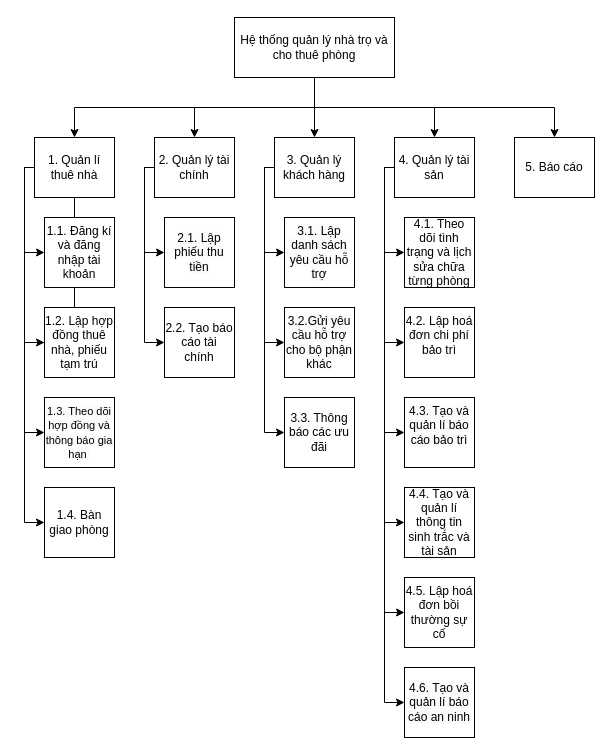
Before: Phân tích thiết kế hệ thống/Tuan4_5/draw.io file/PhanRaChucNang.drawio in Nguyeniris123/DH22IT01OU, a draw.io diagram. Source tidied: cells renumbered, new cells numbered last; positions are measured from the earlier drawing's top-left corner, leaving out a move shared by most shapes. Both pictures are drawn from the tidied source at 100%, with x=0, y=0 at pixel (24, 17).
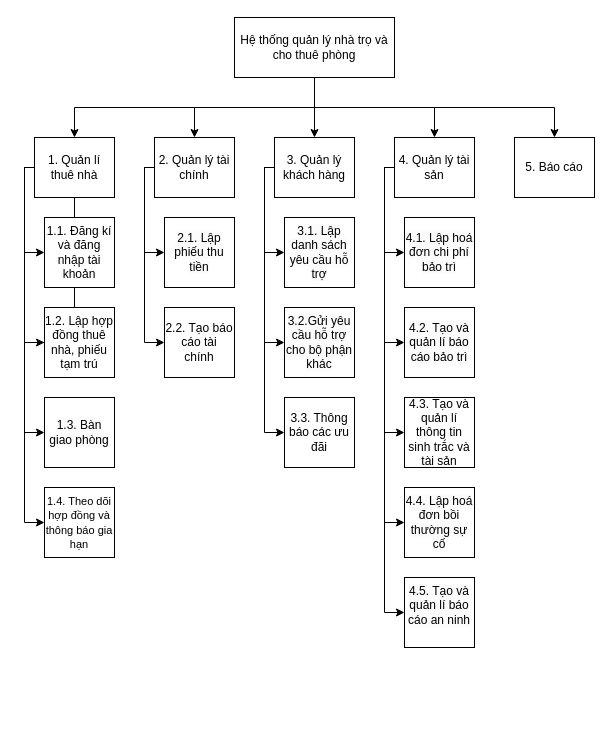
After the change.

The change refers to these unchanged cells:
```xml
<mxCell id="27" value="4. Quản lý tài sản" style="rounded=0;whiteSpace=wrap;html=1;" parent="1" vertex="1">
  <mxGeometry x="370" y="120" width="80" height="60" as="geometry" />
</mxCell>
```

Change to the diagram source:
```diff
@@
-    <mxCell id="26" style="edgeStyle=orthogonalEdgeStyle;rounded=0;jettySize=auto;html=1;entryX=0;entryY=0.5;entryDx=0;entryDy=0;" parent="1" edge="1" source="27" target="39">
-      <mxGeometry relative="1" as="geometry">
-        <Array as="points">
-          <mxPoint x="360" y="150" />
-          <mxPoint x="360" y="685" />
-        </Array>
-      </mxGeometry>
-    </mxCell>
@@
-    <mxCell id="30" value="&lt;font style=&quot;font-size: 11px;&quot;&gt;&lt;br&gt;&lt;span style=&quot;color: rgb(0, 0, 0); font-family: Helvetica; font-style: normal; font-variant-ligatures: normal; font-variant-caps: normal; font-weight: 400; letter-spacing: normal; orphans: 2; text-align: center; text-indent: 0px; text-transform: none; widows: 2; word-spacing: 0px; -webkit-text-stroke-width: 0px; white-space: normal; background-color: rgb(251, 251, 251); text-decoration-thickness: initial; text-decoration-style: initial; text-decoration-color: initial; float: none; display: inline !important;&quot;&gt;1.3. Theo dõi hợp đồng và thông báo gia hạn&amp;nbsp;&lt;/span&gt;&lt;/font&gt;&lt;div&gt;&lt;br&gt;&lt;/div&gt;" style="whiteSpace=wrap;html=1;" parent="1" vertex="1">
+    <mxCell id="30" value="&lt;br&gt;&lt;span style=&quot;color: rgb(0, 0, 0); font-family: Helvetica; font-size: 12px; font-style: normal; font-variant-ligatures: normal; font-variant-caps: normal; font-weight: 400; letter-spacing: normal; orphans: 2; text-align: center; text-indent: 0px; text-transform: none; widows: 2; word-spacing: 0px; -webkit-text-stroke-width: 0px; white-space: normal; background-color: rgb(251, 251, 251); text-decoration-thickness: initial; text-decoration-style: initial; text-decoration-color: initial; display: inline !important; float: none;&quot;&gt;1.3. Bàn giao phòng&lt;/span&gt;&lt;div&gt;&lt;br/&gt;&lt;/div&gt;" style="whiteSpace=wrap;html=1;" parent="1" vertex="1">
       <mxGeometry x="20" y="380" width="70" height="70" as="geometry" />
     </mxCell>
@@
-    <mxCell id="35" value="&lt;br&gt;&lt;br style=&quot;forced-color-adjust: none;&quot;&gt;&lt;span style=&quot;forced-color-adjust: none; color: rgb(0, 0, 0); font-family: Helvetica; font-size: 12px; font-style: normal; font-variant-ligatures: normal; font-variant-caps: normal; font-weight: 400; letter-spacing: normal; orphans: 2; text-align: center; text-indent: 0px; text-transform: none; widows: 2; word-spacing: 0px; -webkit-text-stroke-width: 0px; white-space: normal; background-color: rgb(251, 251, 251); text-decoration-thickness: initial; text-decoration-style: initial; text-decoration-color: initial; float: none; display: inline !important;&quot;&gt;4.3. Tạo và quản lí báo cáo bảo trì&lt;/span&gt;&lt;div style=&quot;forced-color-adjust: none;&quot;&gt;&lt;br style=&quot;forced-color-adjust: none; color: rgb(0, 0, 0); font-family: Helvetica; font-size: 12px; font-style: normal; font-variant-ligatures: normal; font-variant-caps: normal; font-weight: 400; letter-spacing: normal; orphans: 2; text-align: center; text-indent: 0px; text-transform: none; widows: 2; word-spacing: 0px; -webkit-text-stroke-width: 0px; white-space: normal; background-color: rgb(251, 251, 251); text-decoration-thickness: initial; text-decoration-style: initial; text-decoration-color: initial;&quot;&gt;&lt;br&gt;&lt;br&gt;&lt;/div&gt;" style="whiteSpace=wrap;html=1;" parent="1" vertex="1">
+    <mxCell id="35" value="&lt;div style=&quot;forced-color-adjust: none;&quot;&gt;4.3. Tạo và quản lí thông tin sinh trắc và tài sản&lt;br&gt;&lt;/div&gt;" style="whiteSpace=wrap;html=1;" parent="1" vertex="1">
       <mxGeometry x="380" y="380" width="70" height="70" as="geometry" />
     </mxCell>
-    <mxCell id="36" value="&lt;div&gt;&lt;br style=&quot;text-align: left;&quot;&gt;4.2. Lập hoá đơn chi phí bảo trì&lt;div style=&quot;text-align: left;&quot;&gt;&lt;br style=&quot;text-align: center;&quot;&gt;&lt;br&gt;&lt;/div&gt;&lt;/div&gt;" style="whiteSpace=wrap;html=1;" parent="1" vertex="1">
+    <mxCell id="36" value="&lt;br style=&quot;forced-color-adjust: none; color: rgb(0, 0, 0); font-family: Helvetica; font-size: 12px; font-style: normal; font-variant-ligatures: normal; font-variant-caps: normal; font-weight: 400; letter-spacing: normal; orphans: 2; text-align: center; text-indent: 0px; text-transform: none; widows: 2; word-spacing: 0px; -webkit-text-stroke-width: 0px; white-space: normal; background-color: rgb(251, 251, 251); text-decoration-thickness: initial; text-decoration-style: initial; text-decoration-color: initial;&quot;&gt;&lt;span style=&quot;forced-color-adjust: none; color: rgb(0, 0, 0); font-family: Helvetica; font-size: 12px; font-style: normal; font-variant-ligatures: normal; font-variant-caps: normal; font-weight: 400; letter-spacing: normal; orphans: 2; text-align: center; text-indent: 0px; text-transform: none; widows: 2; word-spacing: 0px; -webkit-text-stroke-width: 0px; white-space: normal; text-decoration-thickness: initial; text-decoration-style: initial; text-decoration-color: initial; background-color: rgb(251, 251, 251); float: none; display: inline !important;&quot;&gt;4.2. Tạo và quản lí báo cáo bảo trì&lt;/span&gt;&lt;div&gt;&lt;br&gt;&lt;/div&gt;" style="whiteSpace=wrap;html=1;" parent="1" vertex="1">
       <mxGeometry x="380" y="290" width="70" height="70" as="geometry" />
     </mxCell>
-    <mxCell id="37" value="4.1. Theo dõi tình trạng và lịch sửa chữa từng phòng" style="whiteSpace=wrap;html=1;" parent="1" vertex="1">
+    <mxCell id="37" value="&lt;br&gt;&lt;span style=&quot;color: rgb(0, 0, 0); font-family: Helvetica; font-size: 12px; font-style: normal; font-variant-ligatures: normal; font-variant-caps: normal; font-weight: 400; letter-spacing: normal; orphans: 2; text-align: center; text-indent: 0px; text-transform: none; widows: 2; word-spacing: 0px; -webkit-text-stroke-width: 0px; white-space: normal; background-color: rgb(251, 251, 251); text-decoration-thickness: initial; text-decoration-style: initial; text-decoration-color: initial; display: inline !important; float: none;&quot;&gt;4.1. Lập hoá đơn chi phí bảo trì&lt;/span&gt;&lt;div&gt;&lt;br&gt;&lt;/div&gt;" style="whiteSpace=wrap;html=1;" parent="1" vertex="1">
       <mxGeometry x="380" y="200" width="70" height="70" as="geometry" />
     </mxCell>
-    <mxCell id="38" value="4.5. Lập hoá đơn bồi thường sự cố" style="whiteSpace=wrap;html=1;" parent="1" vertex="1">
+    <mxCell id="38" value="&lt;br&gt;&lt;br style=&quot;forced-color-adjust: none;&quot;&gt;&lt;span style=&quot;forced-color-adjust: none; color: rgb(0, 0, 0); font-family: Helvetica; font-size: 12px; font-style: normal; font-variant-ligatures: normal; font-variant-caps: normal; font-weight: 400; letter-spacing: normal; orphans: 2; text-align: center; text-indent: 0px; text-transform: none; widows: 2; word-spacing: 0px; -webkit-text-stroke-width: 0px; white-space: normal; background-color: rgb(251, 251, 251); text-decoration-thickness: initial; text-decoration-style: initial; text-decoration-color: initial; float: none; display: inline !important;&quot;&gt;4.5. Tạo và quản lí báo cáo an ninh&lt;/span&gt;&lt;div style=&quot;forced-color-adjust: none;&quot;&gt;&lt;br style=&quot;forced-color-adjust: none; color: rgb(0, 0, 0); font-family: Helvetica; font-size: 12px; font-style: normal; font-variant-ligatures: normal; font-variant-caps: normal; font-weight: 400; letter-spacing: normal; orphans: 2; text-align: center; text-indent: 0px; text-transform: none; widows: 2; word-spacing: 0px; -webkit-text-stroke-width: 0px; white-space: normal; background-color: rgb(251, 251, 251); text-decoration-thickness: initial; text-decoration-style: initial; text-decoration-color: initial;&quot;&gt;&lt;br&gt;&lt;br&gt;&lt;/div&gt;" style="whiteSpace=wrap;html=1;" parent="1" vertex="1">
       <mxGeometry x="380" y="560" width="70" height="70" as="geometry" />
     </mxCell>
-    <mxCell id="39" value="&lt;br&gt;&lt;span style=&quot;color: rgb(0, 0, 0); font-family: Helvetica; font-size: 12px; font-style: normal; font-variant-ligatures: normal; font-variant-caps: normal; font-weight: 400; letter-spacing: normal; orphans: 2; text-align: center; text-indent: 0px; text-transform: none; widows: 2; word-spacing: 0px; -webkit-text-stroke-width: 0px; white-space: normal; background-color: rgb(251, 251, 251); text-decoration-thickness: initial; text-decoration-style: initial; text-decoration-color: initial; display: inline !important; float: none;&quot;&gt;4.6. Tạo và quản lí báo cáo an ninh&lt;/span&gt;&lt;div&gt;&lt;br/&gt;&lt;/div&gt;" style="whiteSpace=wrap;html=1;" parent="1" vertex="1">
-      <mxGeometry x="380" y="650" width="70" height="70" as="geometry" />
-    </mxCell>
-    <mxCell id="40" value="4.4. Tạo và quản lí thông tin sinh trắc và tài sản" style="whiteSpace=wrap;html=1;" parent="1" vertex="1">
+    <mxCell id="40" value="&lt;br&gt;&lt;span style=&quot;color: rgb(0, 0, 0); font-family: Helvetica; font-size: 12px; font-style: normal; font-variant-ligatures: normal; font-variant-caps: normal; font-weight: 400; letter-spacing: normal; orphans: 2; text-align: center; text-indent: 0px; text-transform: none; widows: 2; word-spacing: 0px; -webkit-text-stroke-width: 0px; white-space: normal; background-color: rgb(251, 251, 251); text-decoration-thickness: initial; text-decoration-style: initial; text-decoration-color: initial; display: inline !important; float: none;&quot;&gt;4.4. Lập hoá đơn bồi thường sự cố&lt;/span&gt;&lt;div&gt;&lt;br/&gt;&lt;/div&gt;" style="whiteSpace=wrap;html=1;" parent="1" vertex="1">
       <mxGeometry x="380" y="470" width="70" height="70" as="geometry" />
     </mxCell>
-    <mxCell id="41" value="1.4. Bàn giao phòng" style="whiteSpace=wrap;html=1;" parent="1" vertex="1">
+    <mxCell id="41" value="&lt;font style=&quot;text-align: left; font-size: 11px;&quot;&gt;1.4. Theo dõi hợp đồng và thông báo gia hạn&lt;/font&gt;" style="whiteSpace=wrap;html=1;" parent="1" vertex="1">
       <mxGeometry x="20" y="470" width="70" height="70" as="geometry" />
     </mxCell>
```
